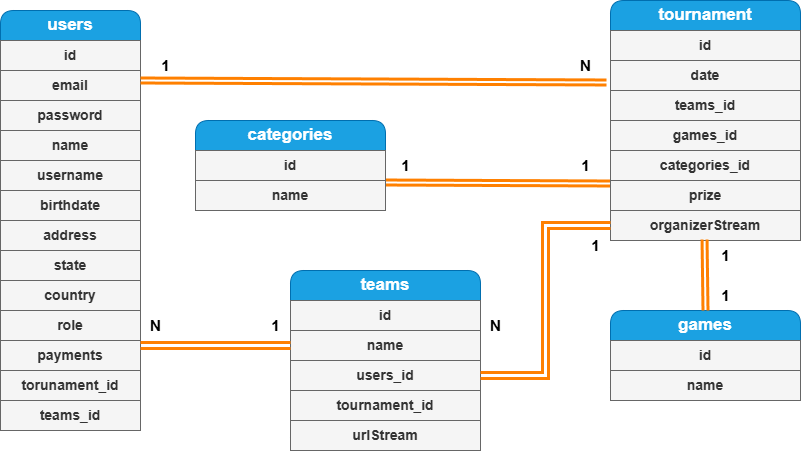
The draw.io diagram Diagrama Entidad Relaciones Game Stream Tournament.drawio.png in FabricioIrazoqui/DiagramaEntidad-GameStreamTorunament, before a commit. Source tidied: cells renumbered, new cells last; positions are measured from the earlier drawing's top-left corner, leaving out a move shared by most shapes.
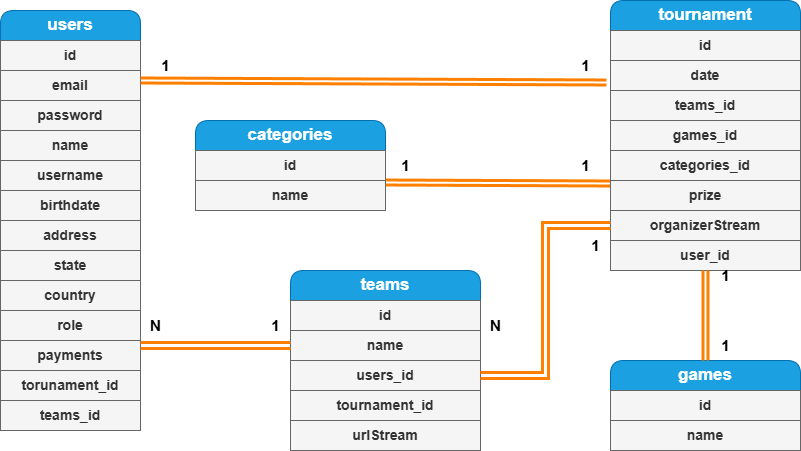
Above is the later version.

What changed in the source:
```diff
@@ -48,7 +48,7 @@
       <mxGeometry relative="1" as="geometry" />
     </mxCell>
     <mxCell id="17" value="&lt;span style=&quot;font-size: 17px;&quot;&gt;&lt;b&gt;tournament&lt;/b&gt;&lt;/span&gt;" style="swimlane;fontStyle=0;horizontal=1;startSize=30;whiteSpace=wrap;html=1;glass=0;rounded=1;shadow=0;swimlaneLine=1;fillColor=#1ba1e2;strokeColor=#006EAF;fontColor=#ffffff;" parent="1" vertex="1">
-      <mxGeometry x="610" width="190" height="240" as="geometry" />
+      <mxGeometry x="610" width="190" height="270" as="geometry" />
     </mxCell>
     <mxCell id="18" value="id" style="text;strokeColor=#666666;fillColor=#f5f5f5;align=center;verticalAlign=middle;spacingLeft=4;spacingRight=4;overflow=hidden;whiteSpace=wrap;html=1;fontColor=#333333;fontStyle=1;fontSize=14;" parent="17" vertex="1">
       <mxGeometry y="30" width="190" height="30" as="geometry" />
@@ -71,6 +71,9 @@
     <mxCell id="24" value="organizerStream" style="text;strokeColor=#666666;fillColor=#f5f5f5;align=center;verticalAlign=middle;spacingLeft=4;spacingRight=4;overflow=hidden;points=[[0,0.5],[1,0.5]];portConstraint=eastwest;whiteSpace=wrap;html=1;fontColor=#333333;fontStyle=1;fontSize=14;" parent="17" vertex="1">
       <mxGeometry y="210" width="190" height="30" as="geometry" />
     </mxCell>
+    <mxCell id="51" value="user_id" style="text;strokeColor=#666666;fillColor=#f5f5f5;align=center;verticalAlign=middle;spacingLeft=4;spacingRight=4;overflow=hidden;points=[[0,0.5],[1,0.5]];portConstraint=eastwest;whiteSpace=wrap;html=1;fontColor=#333333;fontStyle=1;fontSize=14;" parent="17" vertex="1">
+      <mxGeometry y="240" width="190" height="30" as="geometry" />
+    </mxCell>
     <mxCell id="25" value="&lt;span style=&quot;font-size: 17px;&quot;&gt;&lt;b&gt;teams&lt;/b&gt;&lt;/span&gt;" style="swimlane;fontStyle=0;horizontal=1;startSize=30;whiteSpace=wrap;html=1;glass=0;rounded=1;shadow=0;swimlaneLine=1;fillColor=#1ba1e2;strokeColor=#006EAF;fontColor=#ffffff;" parent="1" vertex="1">
       <mxGeometry x="290" y="270" width="190" height="180" as="geometry" />
     </mxCell>
@@ -90,7 +93,7 @@
       <mxGeometry y="150" width="190" height="30" as="geometry" />
     </mxCell>
     <mxCell id="31" value="&lt;span style=&quot;font-size: 17px;&quot;&gt;&lt;b&gt;games&lt;/b&gt;&lt;/span&gt;" style="swimlane;fontStyle=0;horizontal=1;startSize=30;whiteSpace=wrap;html=1;glass=0;rounded=1;shadow=0;swimlaneLine=1;fillColor=#1ba1e2;strokeColor=#006EAF;fontColor=#ffffff;" parent="1" vertex="1">
-      <mxGeometry x="610" y="310" width="190" height="90" as="geometry" />
+      <mxGeometry x="610" y="360" width="190" height="90" as="geometry" />
     </mxCell>
     <mxCell id="32" value="id" style="text;strokeColor=#666666;fillColor=#f5f5f5;align=center;verticalAlign=middle;spacingLeft=4;spacingRight=4;overflow=hidden;whiteSpace=wrap;html=1;fontColor=#333333;fontStyle=1;fontSize=14;" parent="31" vertex="1">
       <mxGeometry y="30" width="190" height="30" as="geometry" />
@@ -122,13 +125,13 @@
       <mxGeometry x="150" y="50" width="30" height="30" as="geometry" />
     </mxCell>
     <mxCell id="41" value="&lt;font style=&quot;font-size: 15px;&quot;&gt;&lt;b&gt;1&lt;/b&gt;&lt;/font&gt;" style="text;html=1;align=center;verticalAlign=middle;strokeColor=none;fillColor=none;" parent="1" vertex="1">
-      <mxGeometry x="710" y="280" width="30" height="30" as="geometry" />
+      <mxGeometry x="710" y="330" width="30" height="30" as="geometry" />
     </mxCell>
-    <mxCell id="42" style="rounded=0;jettySize=auto;html=1;strokeColor=#FF8000;entryX=0.5;entryY=0;entryDx=0;entryDy=0;strokeWidth=3;shape=link;width=3;exitX=0.495;exitY=0.967;exitDx=0;exitDy=0;exitPerimeter=0;" parent="1" edge="1" source="24" target="31">
+    <mxCell id="42" style="rounded=0;jettySize=auto;html=1;strokeColor=#FF8000;entryX=0.5;entryY=0;entryDx=0;entryDy=0;strokeWidth=3;shape=link;width=3;exitX=0.5;exitY=1;exitDx=0;exitDy=0;exitPerimeter=0;" parent="1" edge="1" source="51" target="31">
       <mxGeometry relative="1" as="geometry" />
     </mxCell>
     <mxCell id="43" value="&lt;font style=&quot;font-size: 15px;&quot;&gt;&lt;b&gt;1&lt;/b&gt;&lt;/font&gt;" style="text;html=1;align=center;verticalAlign=middle;strokeColor=none;fillColor=none;" parent="1" vertex="1">
-      <mxGeometry x="710" y="240" width="30" height="30" as="geometry" />
+      <mxGeometry x="710" y="260" width="30" height="30" as="geometry" />
     </mxCell>
     <mxCell id="44" style="edgeStyle=none;shape=link;rounded=0;jettySize=auto;html=1;exitX=1;exitY=1.167;exitDx=0;exitDy=0;entryX=1;entryY=0.167;entryDx=0;entryDy=0;entryPerimeter=0;strokeColor=#FF8000;strokeWidth=3;exitPerimeter=0;" parent="1" edge="1" source="46" target="13">
       <mxGeometry relative="1" as="geometry" />
@@ -142,14 +145,14 @@
     <mxCell id="47" value="&lt;font style=&quot;font-size: 15px;&quot;&gt;&lt;b&gt;1&lt;/b&gt;&lt;/font&gt;" style="text;html=1;align=center;verticalAlign=middle;strokeColor=none;fillColor=none;" parent="1" vertex="1">
       <mxGeometry x="580" y="230" width="30" height="30" as="geometry" />
     </mxCell>
-    <mxCell id="48" value="&lt;font style=&quot;font-size: 15px;&quot;&gt;&lt;b&gt;N&lt;/b&gt;&lt;/font&gt;" style="text;html=1;align=center;verticalAlign=middle;strokeColor=none;fillColor=none;" parent="1" vertex="1">
-      <mxGeometry x="570" y="50" width="30" height="30" as="geometry" />
-    </mxCell>
     <mxCell id="49" value="&lt;font style=&quot;font-size: 15px;&quot;&gt;&lt;b&gt;N&lt;/b&gt;&lt;/font&gt;" style="text;html=1;align=center;verticalAlign=middle;strokeColor=none;fillColor=none;" parent="1" vertex="1">
       <mxGeometry x="480" y="310" width="30" height="30" as="geometry" />
     </mxCell>
     <mxCell id="50" value="&lt;font style=&quot;font-size: 15px;&quot;&gt;&lt;b&gt;N&lt;/b&gt;&lt;/font&gt;" style="text;html=1;align=center;verticalAlign=middle;strokeColor=none;fillColor=none;" parent="1" vertex="1">
       <mxGeometry x="140" y="310" width="30" height="30" as="geometry" />
     </mxCell>
+    <mxCell id="52" value="&lt;font style=&quot;font-size: 15px;&quot;&gt;&lt;b&gt;1&lt;/b&gt;&lt;/font&gt;" style="text;html=1;align=center;verticalAlign=middle;strokeColor=none;fillColor=none;" parent="1" vertex="1">
+      <mxGeometry x="570" y="50" width="30" height="30" as="geometry" />
+    </mxCell>
   </root>
 </mxGraphModel>
```
